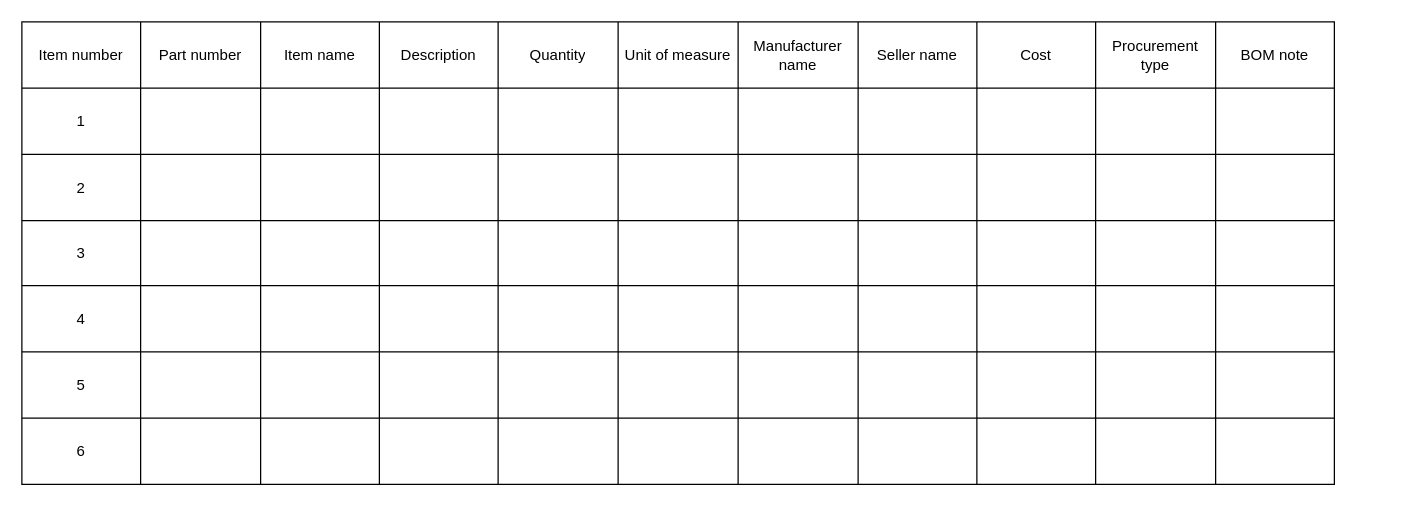
Earlier version of the draw.io diagram BOM template.drawio (amerezoji1362/drawio-github). Source tidied: cells renumbered, new cells numbered last; positions are measured from the earlier drawing's top-left corner, leaving out a move shared by most shapes. Both pictures are drawn from the tidied source at 125%, with x=0, y=0 at pixel (21, 21).
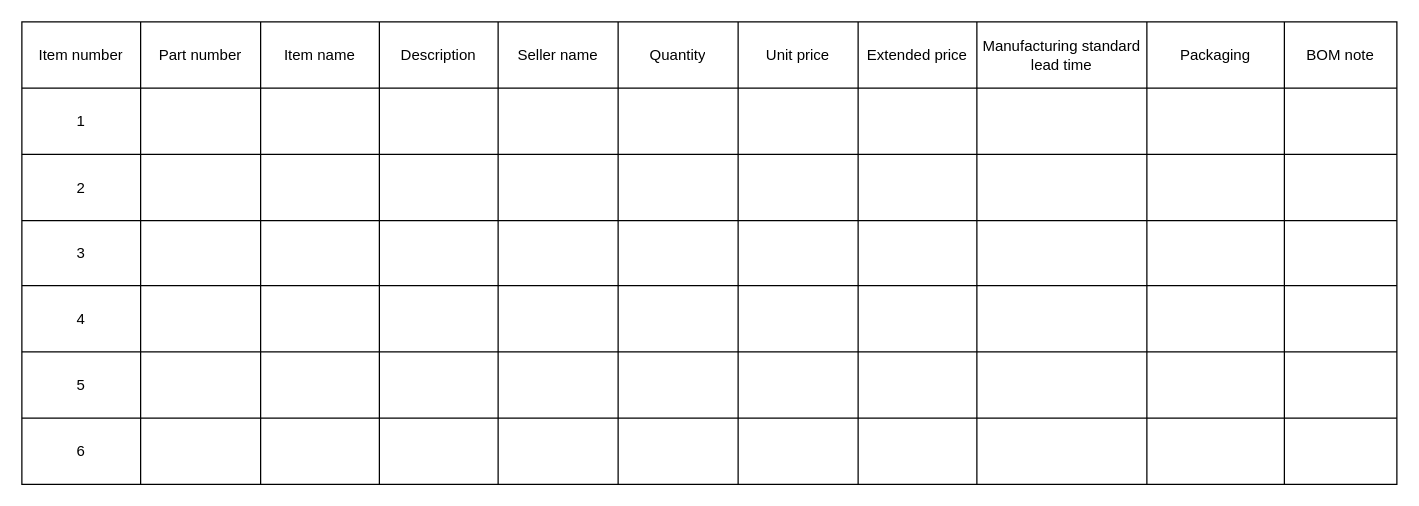
After the change.

Commit message:
BOM template of purchased workpiece.drawio

Change to the diagram source:
```diff
@@
     <mxCell id="2" style="shape=table;startSize=0;childLayout=tableLayout;" parent="1" vertex="1">
-      <mxGeometry width="1050" height="370" as="geometry" />
+      <mxGeometry width="1100" height="370" as="geometry" />
     </mxCell>
     <mxCell id="3" style="shape=partialRectangle;fillColor=none;top=0;left=0;bottom=0;right=0;" parent="2" vertex="1">
-      <mxGeometry width="1050" height="53" as="geometry" />
+      <mxGeometry width="1100" height="53" as="geometry" />
     </mxCell>
@@
-    <mxCell id="8" value="Quantity" style="shape=partialRectangle;html=1;whiteSpace=wrap;overflow=hidden;fillColor=none;top=0;left=0;bottom=0;right=0;" parent="3" vertex="1">
+    <mxCell id="8" value="Seller name" style="shape=partialRectangle;html=1;whiteSpace=wrap;overflow=hidden;fillColor=none;top=0;left=0;bottom=0;right=0;" parent="3" vertex="1">
       <mxGeometry x="381" width="96" height="53" as="geometry" />
     </mxCell>
-    <mxCell id="9" value="Unit of measure" style="shape=partialRectangle;html=1;whiteSpace=wrap;overflow=hidden;fillColor=none;top=0;left=0;bottom=0;right=0;" parent="3" vertex="1">
+    <mxCell id="9" value="Quantity" style="shape=partialRectangle;html=1;whiteSpace=wrap;overflow=hidden;fillColor=none;top=0;left=0;bottom=0;right=0;" parent="3" vertex="1">
       <mxGeometry x="477" width="96" height="53" as="geometry" />
     </mxCell>
-    <mxCell id="10" value="Manufacturer name" style="shape=partialRectangle;html=1;whiteSpace=wrap;overflow=hidden;fillColor=none;top=0;left=0;bottom=0;right=0;" parent="3" vertex="1">
+    <mxCell id="10" value="Unit price" style="shape=partialRectangle;html=1;whiteSpace=wrap;overflow=hidden;fillColor=none;top=0;left=0;bottom=0;right=0;" parent="3" vertex="1">
       <mxGeometry x="573" width="96" height="53" as="geometry" />
     </mxCell>
-    <mxCell id="11" value="Seller name" style="shape=partialRectangle;html=1;whiteSpace=wrap;overflow=hidden;fillColor=none;top=0;left=0;bottom=0;right=0;" parent="3" vertex="1">
+    <mxCell id="11" value="Extended price" style="shape=partialRectangle;html=1;whiteSpace=wrap;overflow=hidden;fillColor=none;top=0;left=0;bottom=0;right=0;" parent="3" vertex="1">
       <mxGeometry x="669" width="95" height="53" as="geometry" />
     </mxCell>
-    <mxCell id="12" value="Cost" style="shape=partialRectangle;html=1;whiteSpace=wrap;overflow=hidden;fillColor=none;top=0;left=0;bottom=0;right=0;" parent="3" vertex="1">
-      <mxGeometry x="764" width="95" height="53" as="geometry" />
+    <mxCell id="12" value="Manufacturing standard lead time" style="shape=partialRectangle;html=1;whiteSpace=wrap;overflow=hidden;fillColor=none;top=0;left=0;bottom=0;right=0;" parent="3" vertex="1">
+      <mxGeometry x="764" width="136" height="53" as="geometry" />
     </mxCell>
-    <mxCell id="13" value="Procurement type" style="shape=partialRectangle;html=1;whiteSpace=wrap;overflow=hidden;fillColor=none;top=0;left=0;bottom=0;right=0;" parent="3" vertex="1">
-      <mxGeometry x="859" width="96" height="53" as="geometry" />
+    <mxCell id="13" value="Packaging" style="shape=partialRectangle;html=1;whiteSpace=wrap;overflow=hidden;fillColor=none;top=0;left=0;bottom=0;right=0;" parent="3" vertex="1">
+      <mxGeometry x="900" width="110" height="53" as="geometry" />
     </mxCell>
     <mxCell id="14" value="BOM note" style="shape=partialRectangle;html=1;whiteSpace=wrap;overflow=hidden;fillColor=none;top=0;left=0;bottom=0;right=0;" parent="3" vertex="1">
-      <mxGeometry x="955" width="95" height="53" as="geometry" />
+      <mxGeometry x="1010" width="90" height="53" as="geometry" />
     </mxCell>
     <mxCell id="15" style="shape=partialRectangle;fillColor=none;top=0;left=0;bottom=0;right=0;" parent="2" vertex="1">
-      <mxGeometry y="53" width="1050" height="53" as="geometry" />
+      <mxGeometry y="53" width="1100" height="53" as="geometry" />
     </mxCell>
@@
     <mxCell id="24" style="shape=partialRectangle;html=1;whiteSpace=wrap;overflow=hidden;fillColor=none;top=0;left=0;bottom=0;right=0;" parent="15" vertex="1">
-      <mxGeometry x="764" width="95" height="53" as="geometry" />
+      <mxGeometry x="764" width="136" height="53" as="geometry" />
     </mxCell>
     <mxCell id="25" style="shape=partialRectangle;html=1;whiteSpace=wrap;overflow=hidden;fillColor=none;top=0;left=0;bottom=0;right=0;" parent="15" vertex="1">
-      <mxGeometry x="859" width="96" height="53" as="geometry" />
+      <mxGeometry x="900" width="110" height="53" as="geometry" />
     </mxCell>
     <mxCell id="26" style="shape=partialRectangle;html=1;whiteSpace=wrap;overflow=hidden;fillColor=none;top=0;left=0;bottom=0;right=0;" parent="15" vertex="1">
-      <mxGeometry x="955" width="95" height="53" as="geometry" />
+      <mxGeometry x="1010" width="90" height="53" as="geometry" />
     </mxCell>
     <mxCell id="27" style="shape=partialRectangle;fillColor=none;top=0;left=0;bottom=0;right=0;" parent="2" vertex="1">
-      <mxGeometry y="106" width="1050" height="53" as="geometry" />
+      <mxGeometry y="106" width="1100" height="53" as="geometry" />
     </mxCell>
@@
     <mxCell id="36" style="shape=partialRectangle;html=1;whiteSpace=wrap;overflow=hidden;fillColor=none;top=0;left=0;bottom=0;right=0;" parent="27" vertex="1">
-      <mxGeometry x="764" width="95" height="53" as="geometry" />
+      <mxGeometry x="764" width="136" height="53" as="geometry" />
     </mxCell>
     <mxCell id="37" style="shape=partialRectangle;html=1;whiteSpace=wrap;overflow=hidden;fillColor=none;top=0;left=0;bottom=0;right=0;" parent="27" vertex="1">
-      <mxGeometry x="859" width="96" height="53" as="geometry" />
+      <mxGeometry x="900" width="110" height="53" as="geometry" />
     </mxCell>
     <mxCell id="38" style="shape=partialRectangle;html=1;whiteSpace=wrap;overflow=hidden;fillColor=none;top=0;left=0;bottom=0;right=0;" parent="27" vertex="1">
-      <mxGeometry x="955" width="95" height="53" as="geometry" />
+      <mxGeometry x="1010" width="90" height="53" as="geometry" />
     </mxCell>
     <mxCell id="39" style="shape=partialRectangle;fillColor=none;top=0;left=0;bottom=0;right=0;" parent="2" vertex="1">
-      <mxGeometry y="159" width="1050" height="52" as="geometry" />
+      <mxGeometry y="159" width="1100" height="52" as="geometry" />
     </mxCell>
@@
     <mxCell id="48" style="shape=partialRectangle;html=1;whiteSpace=wrap;overflow=hidden;fillColor=none;top=0;left=0;bottom=0;right=0;" parent="39" vertex="1">
-      <mxGeometry x="764" width="95" height="52" as="geometry" />
+      <mxGeometry x="764" width="136" height="52" as="geometry" />
     </mxCell>
     <mxCell id="49" style="shape=partialRectangle;html=1;whiteSpace=wrap;overflow=hidden;fillColor=none;top=0;left=0;bottom=0;right=0;" parent="39" vertex="1">
-      <mxGeometry x="859" width="96" height="52" as="geometry" />
+      <mxGeometry x="900" width="110" height="52" as="geometry" />
     </mxCell>
     <mxCell id="50" style="shape=partialRectangle;html=1;whiteSpace=wrap;overflow=hidden;fillColor=none;top=0;left=0;bottom=0;right=0;" parent="39" vertex="1">
-      <mxGeometry x="955" width="95" height="52" as="geometry" />
+      <mxGeometry x="1010" width="90" height="52" as="geometry" />
     </mxCell>
     <mxCell id="51" style="shape=partialRectangle;fillColor=none;top=0;left=0;bottom=0;right=0;" parent="2" vertex="1">
-      <mxGeometry y="211" width="1050" height="53" as="geometry" />
+      <mxGeometry y="211" width="1100" height="53" as="geometry" />
     </mxCell>
@@
     <mxCell id="60" style="shape=partialRectangle;html=1;whiteSpace=wrap;overflow=hidden;fillColor=none;top=0;left=0;bottom=0;right=0;" parent="51" vertex="1">
-      <mxGeometry x="764" width="95" height="53" as="geometry" />
+      <mxGeometry x="764" width="136" height="53" as="geometry" />
     </mxCell>
     <mxCell id="61" style="shape=partialRectangle;html=1;whiteSpace=wrap;overflow=hidden;fillColor=none;top=0;left=0;bottom=0;right=0;" parent="51" vertex="1">
-      <mxGeometry x="859" width="96" height="53" as="geometry" />
+      <mxGeometry x="900" width="110" height="53" as="geometry" />
     </mxCell>
     <mxCell id="62" style="shape=partialRectangle;html=1;whiteSpace=wrap;overflow=hidden;fillColor=none;top=0;left=0;bottom=0;right=0;" parent="51" vertex="1">
-      <mxGeometry x="955" width="95" height="53" as="geometry" />
+      <mxGeometry x="1010" width="90" height="53" as="geometry" />
     </mxCell>
     <mxCell id="63" style="shape=partialRectangle;fillColor=none;top=0;left=0;bottom=0;right=0;" parent="2" vertex="1">
-      <mxGeometry y="264" width="1050" height="53" as="geometry" />
+      <mxGeometry y="264" width="1100" height="53" as="geometry" />
     </mxCell>
@@
     <mxCell id="72" style="shape=partialRectangle;html=1;whiteSpace=wrap;overflow=hidden;fillColor=none;top=0;left=0;bottom=0;right=0;" parent="63" vertex="1">
-      <mxGeometry x="764" width="95" height="53" as="geometry" />
+      <mxGeometry x="764" width="136" height="53" as="geometry" />
     </mxCell>
     <mxCell id="73" style="shape=partialRectangle;html=1;whiteSpace=wrap;overflow=hidden;fillColor=none;top=0;left=0;bottom=0;right=0;" parent="63" vertex="1">
-      <mxGeometry x="859" width="96" height="53" as="geometry" />
+      <mxGeometry x="900" width="110" height="53" as="geometry" />
     </mxCell>
     <mxCell id="74" style="shape=partialRectangle;html=1;whiteSpace=wrap;overflow=hidden;fillColor=none;top=0;left=0;bottom=0;right=0;" parent="63" vertex="1">
-      <mxGeometry x="955" width="95" height="53" as="geometry" />
+      <mxGeometry x="1010" width="90" height="53" as="geometry" />
     </mxCell>
     <mxCell id="75" style="shape=partialRectangle;fillColor=none;top=0;left=0;bottom=0;right=0;" parent="2" vertex="1">
-      <mxGeometry y="317" width="1050" height="53" as="geometry" />
+      <mxGeometry y="317" width="1100" height="53" as="geometry" />
     </mxCell>
@@
     <mxCell id="84" style="shape=partialRectangle;html=1;whiteSpace=wrap;overflow=hidden;fillColor=none;top=0;left=0;bottom=0;right=0;" parent="75" vertex="1">
-      <mxGeometry x="764" width="95" height="53" as="geometry" />
+      <mxGeometry x="764" width="136" height="53" as="geometry" />
     </mxCell>
     <mxCell id="85" style="shape=partialRectangle;html=1;whiteSpace=wrap;overflow=hidden;fillColor=none;top=0;left=0;bottom=0;right=0;" parent="75" vertex="1">
-      <mxGeometry x="859" width="96" height="53" as="geometry" />
+      <mxGeometry x="900" width="110" height="53" as="geometry" />
     </mxCell>
     <mxCell id="86" style="shape=partialRectangle;html=1;whiteSpace=wrap;overflow=hidden;fillColor=none;top=0;left=0;bottom=0;right=0;" parent="75" vertex="1">
-      <mxGeometry x="955" width="95" height="53" as="geometry" />
+      <mxGeometry x="1010" width="90" height="53" as="geometry" />
     </mxCell>
```
